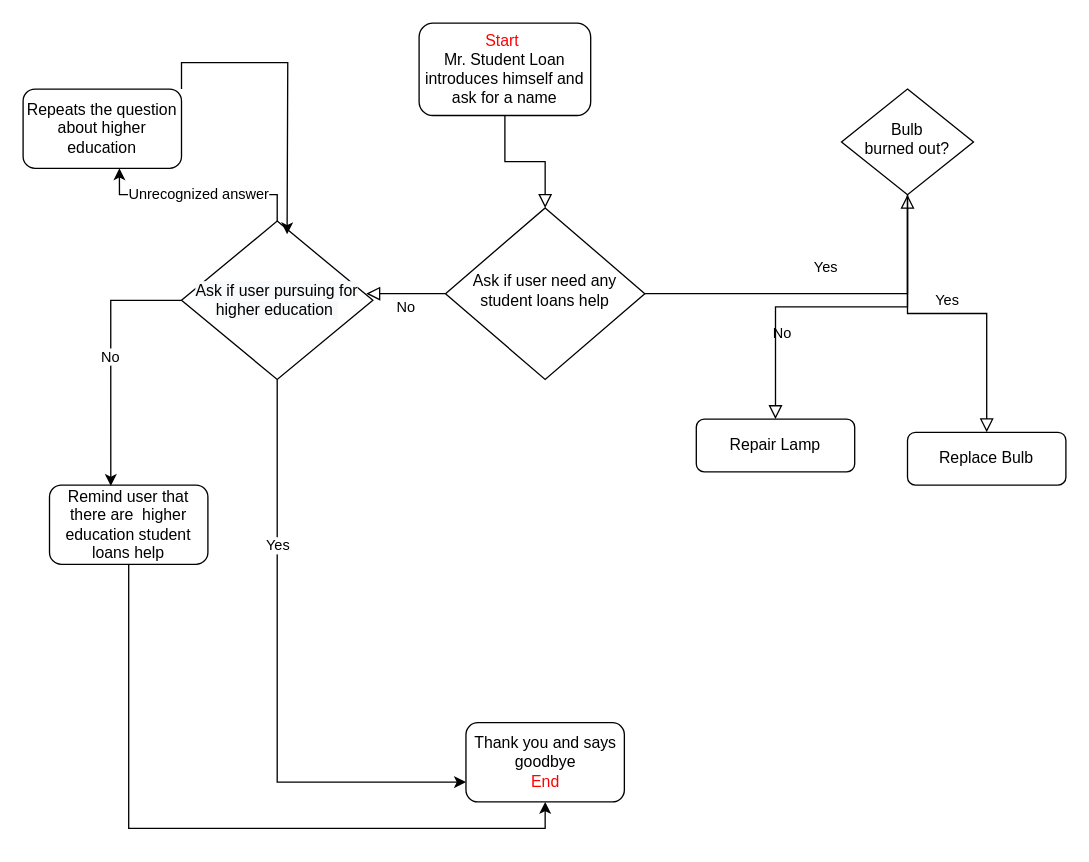
Above: Untitled Diagram.drawio in dennisorellana2/Big_Data (draw.io), before the change. Source tidied: cells renumbered, new cells numbered last; positions are measured from the earlier drawing's top-left corner, leaving out a move shared by most shapes. Both pictures are drawn from the tidied source at 132%, with x=0, y=0 at pixel (22, 22).
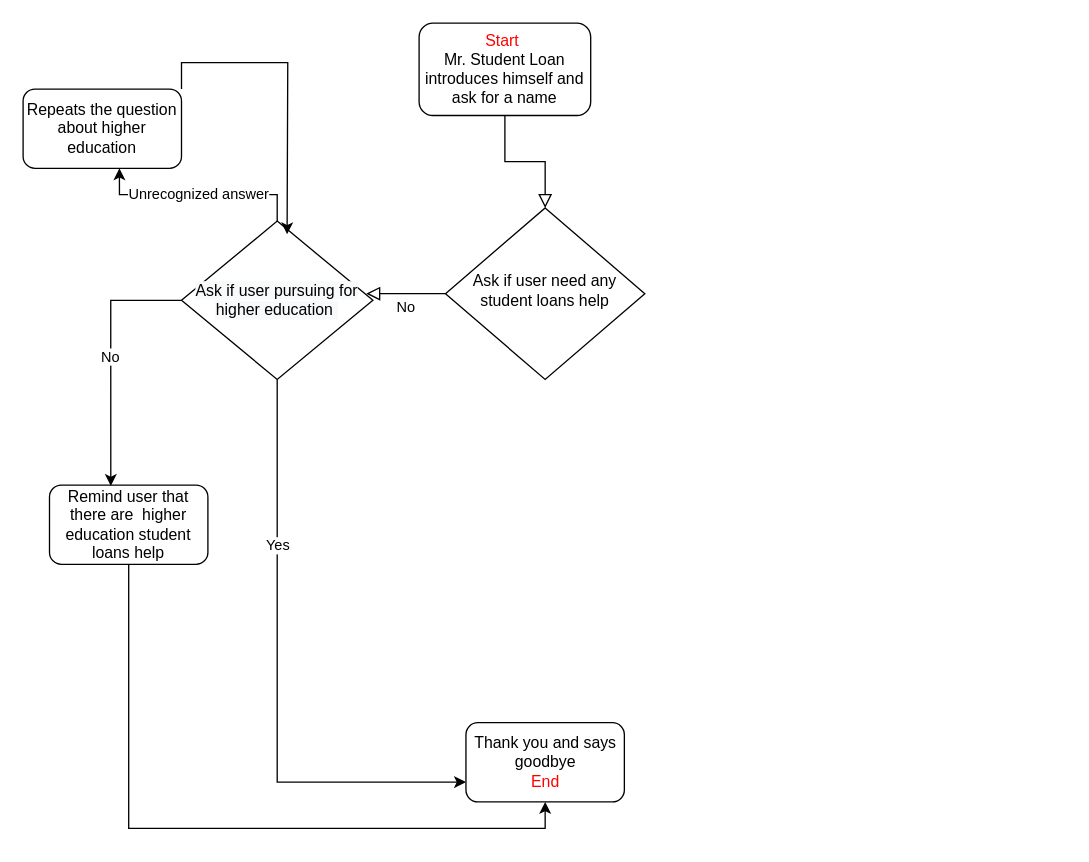
After the change.

Unchanged cells that the change refers to:
```xml
<mxCell id="6" value="Ask if user need any student loans help" style="rhombus;whiteSpace=wrap;html=1;shadow=0;fontFamily=Helvetica;fontSize=12;align=center;strokeWidth=1;spacing=6;spacingTop=-4;" parent="1" vertex="1">
  <mxGeometry x="320" y="140" width="151" height="130" as="geometry" />
</mxCell>
```

Diff of the diagram source:
```diff
@@
-    <mxCell id="4" value="Yes" style="rounded=0;html=1;jettySize=auto;fontSize=11;endArrow=block;endFill=0;endSize=8;strokeWidth=1;shadow=0;labelBackgroundColor=none;edgeStyle=orthogonalEdgeStyle;" parent="1" edge="1" source="6" target="9">
-      <mxGeometry y="20" relative="1" as="geometry" />
-    </mxCell>
@@
-    <mxCell id="7" value="No" style="rounded=0;html=1;jettySize=auto;fontSize=11;endArrow=block;endFill=0;endSize=8;strokeWidth=1;shadow=0;labelBackgroundColor=none;edgeStyle=orthogonalEdgeStyle;" parent="1" edge="1" source="9" target="10">
-      <mxGeometry x="0.33" y="20" relative="1" as="geometry" />
-    </mxCell>
-    <mxCell id="8" value="Yes" style="edgeStyle=orthogonalEdgeStyle;rounded=0;html=1;jettySize=auto;fontSize=11;endArrow=block;endFill=0;endSize=8;strokeWidth=1;shadow=0;labelBackgroundColor=none;" parent="1" edge="1" source="9" target="11">
-      <mxGeometry y="10" relative="1" as="geometry" />
-    </mxCell>
-    <mxCell id="9" value="Bulb&lt;br&gt;burned out?" style="rhombus;whiteSpace=wrap;html=1;shadow=0;fontFamily=Helvetica;fontSize=12;align=center;strokeWidth=1;spacing=6;spacingTop=-4;" parent="1" vertex="1">
-      <mxGeometry x="620" y="50" width="100" height="80" as="geometry" />
-    </mxCell>
-    <mxCell id="10" value="Repair Lamp" style="rounded=1;whiteSpace=wrap;html=1;fontSize=12;glass=0;strokeWidth=1;shadow=0;" parent="1" vertex="1">
-      <mxGeometry x="510" y="300" width="120" height="40" as="geometry" />
-    </mxCell>
-    <mxCell id="11" value="Replace Bulb" style="rounded=1;whiteSpace=wrap;html=1;fontSize=12;glass=0;strokeWidth=1;shadow=0;" parent="1" vertex="1">
-      <mxGeometry x="670" y="310" width="120" height="40" as="geometry" />
-    </mxCell>
```
